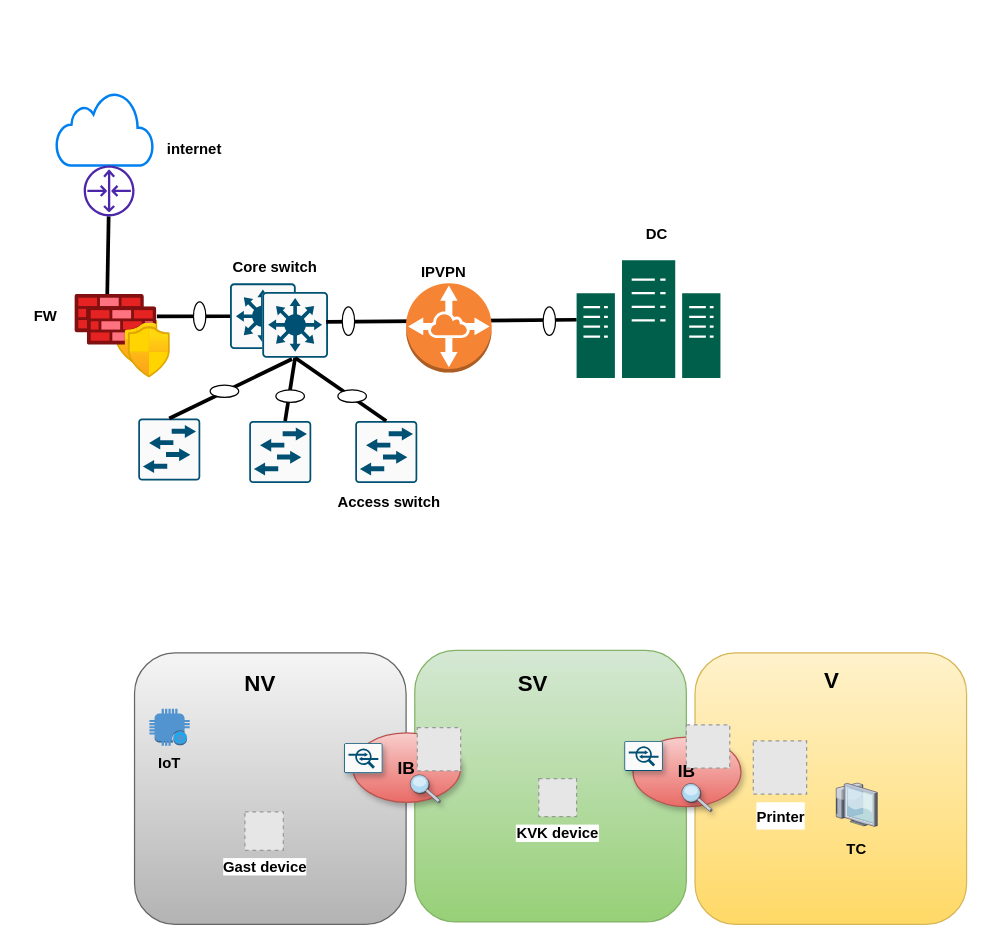
mhwwas/Terraform keeps this draw.io diagram as test.drawio. Above is the earlier version. Source tidied: cells renumbered, new cells numbered last; positions are measured from the earlier drawing's top-left corner, leaving out a move shared by most shapes. Both pictures are drawn from the tidied source at 124%, with x=0, y=0 at pixel (21, 92). Pictures stored in the file or linked from it are replaced by grey dashed boxes.
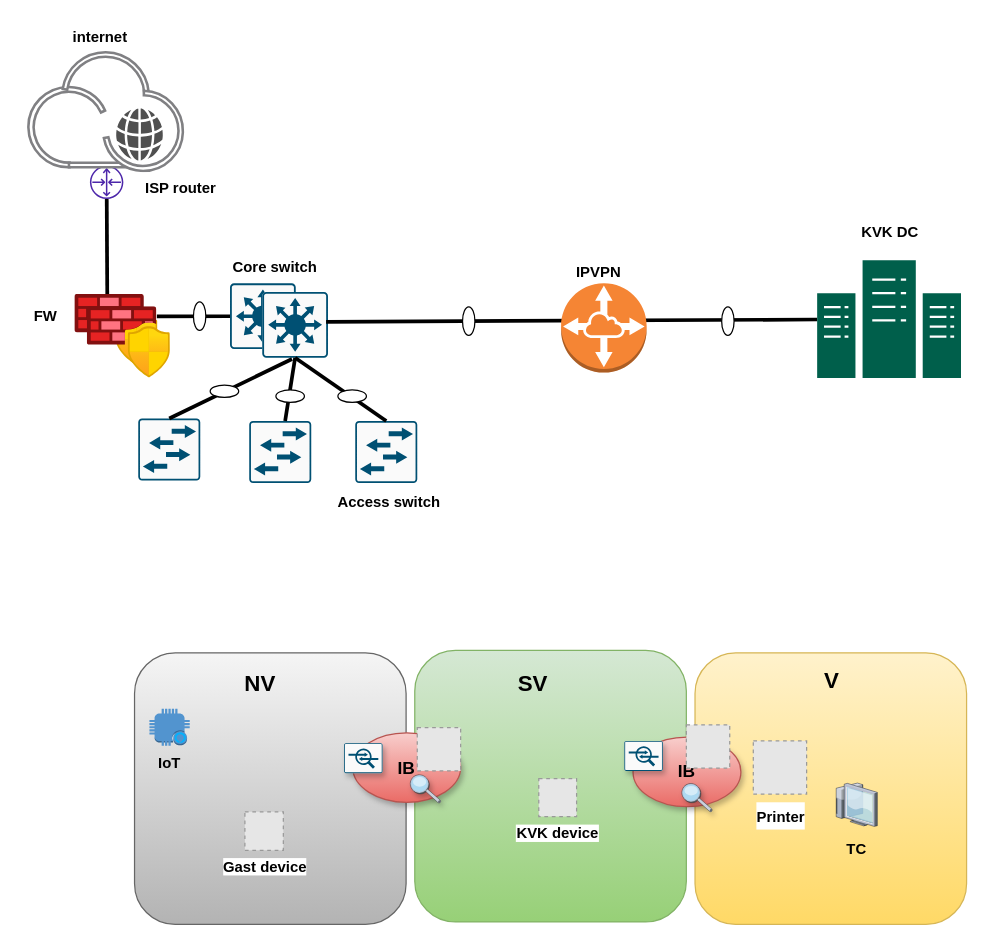
Above is the later version.

Diff of the diagram source:
```diff
@@
-    <mxCell id="2" style="html=1;verticalLabelPosition=bottom;align=center;labelBackgroundColor=#ffffff;verticalAlign=top;strokeWidth=2;strokeColor=#0080F0;shadow=0;dashed=0;shape=mxgraph.ios7.icons.cloud;" parent="1" vertex="1">
-      <mxGeometry x="28" width="78" height="59" as="geometry" />
-    </mxCell>
@@
     <mxCell id="25" style="sketch=0;outlineConnect=0;fontColor=#232F3E;gradientColor=none;fillColor=#4D27AA;strokeColor=none;dashed=0;verticalLabelPosition=bottom;verticalAlign=top;align=center;html=1;fontSize=12;fontStyle=0;shape=mxgraph.aws4.router;" parent="1" vertex="1">
-      <mxGeometry x="50" y="59" width="41" height="41" as="geometry" />
+      <mxGeometry x="55" y="59" width="27" height="27" as="geometry" />
     </mxCell>
@@
     <mxCell id="40" value="&lt;b&gt;internet&lt;/b&gt;" style="text;html=1;align=center;verticalAlign=middle;fillColor=none;strokeColor=none;rounded=0;" parent="1" vertex="1">
-      <mxGeometry x="108" y="33" width="62" height="26" as="geometry" />
+      <mxGeometry x="32" y="-57" width="62" height="26" as="geometry" />
     </mxCell>
@@
     <mxCell id="44" style="sketch=0;shadow=0;dashed=0;html=1;strokeColor=none;fillColor=#005F4B;labelPosition=center;verticalLabelPosition=bottom;verticalAlign=top;align=center;outlineConnect=0;shape=mxgraph.veeam2.datacenter;" parent="1" vertex="1">
-      <mxGeometry x="447.5" y="135.4" width="116" height="95" as="geometry" />
+      <mxGeometry x="641.5" y="135.4" width="116" height="95" as="geometry" />
     </mxCell>
     <mxCell id="45" value="&lt;b&gt;IPVPN&lt;/b&gt;" style="text;html=1;align=center;verticalAlign=middle;fillColor=none;strokeColor=none;rounded=0;" parent="1" vertex="1">
-      <mxGeometry x="313" y="132" width="54" height="26" as="geometry" />
+      <mxGeometry x="438" y="132" width="54" height="26" as="geometry" />
     </mxCell>
-    <mxCell id="46" value="&lt;b&gt;DC&lt;/b&gt;" style="text;html=1;align=center;verticalAlign=middle;fillColor=none;strokeColor=none;rounded=0;" parent="1" vertex="1">
-      <mxGeometry x="494" y="102" width="35" height="26" as="geometry" />
+    <mxCell id="46" value="&lt;b&gt;KVK DC&lt;/b&gt;" style="text;html=1;align=center;verticalAlign=middle;fillColor=none;strokeColor=none;rounded=0;" parent="1" vertex="1">
+      <mxGeometry x="667.5" y="100" width="64" height="26" as="geometry" />
     </mxCell>
     <mxCell id="47" style="dashed=0;verticalLabelPosition=bottom;verticalAlign=top;align=center;html=1;shape=mxgraph.aws3.vpc_peering;fillColor=#F58534;gradientColor=none;" parent="1" vertex="1">
-      <mxGeometry x="310" y="154" width="69" height="72" as="geometry" />
+      <mxGeometry x="435" y="154" width="69" height="72" as="geometry" />
     </mxCell>
     <mxCell id="48" style="ellipse;whiteSpace=wrap;html=1;rotation=90;" parent="1" vertex="1">
-      <mxGeometry x="252" y="179.5" width="23" height="10" as="geometry" />
+      <mxGeometry x="349" y="179.5" width="23" height="10" as="geometry" />
     </mxCell>
     <mxCell id="49" style="ellipse;whiteSpace=wrap;html=1;rotation=90;" parent="1" vertex="1">
-      <mxGeometry x="414" y="179.5" width="23" height="10" as="geometry" />
+      <mxGeometry x="558" y="179.5" width="23" height="10" as="geometry" />
     </mxCell>
+    <mxCell id="50" style="perimeter=ellipsePerimeter;html=1;align=center;shadow=0;dashed=0;fontColor=#4277BB;labelBackgroundColor=#ffffff;fontSize=12;spacingTop=3;image;image=img/lib/ibm/miscellaneous/iot_cloud.svg;" parent="1" vertex="1">
+      <mxGeometry x="4.7" y="-33" width="127.3" height="98" as="geometry" />
+    </mxCell>
+    <mxCell id="51" style="sketch=0;shadow=0;dashed=0;html=1;strokeColor=none;fillColor=#505050;labelPosition=center;verticalLabelPosition=bottom;verticalAlign=top;align=center;shape=mxgraph.office.concepts.globe_internet;" parent="1" vertex="1">
+      <mxGeometry x="76" y="13" width="38" height="42" as="geometry" />
+    </mxCell>
+    <mxCell id="52" value="&lt;b&gt;ISP router&lt;/b&gt;" style="text;html=1;align=center;verticalAlign=middle;fillColor=none;strokeColor=none;rounded=0;" parent="1" vertex="1">
+      <mxGeometry x="90" y="65" width="75" height="26" as="geometry" />
+    </mxCell>
```
